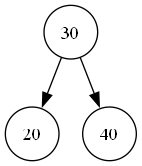
Earlier version of the Graphviz export Semana7/ArbolAVL.png (Eddy2109/LAB-IPC2-2S2026). Its source is kept beside it as Semana7/ArbolAVL.dot. The source it was exported from:
```dot
digraph AVL {
    node [shape=circle];
    30 -> 20;
    30 -> 40;
}
```
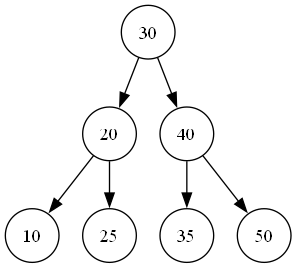
After the commit.

The edit, as a diff of the source:
```diff
@@ -1,5 +1,9 @@
 digraph AVL {
     node [shape=circle];
     30 -> 20;
+    20 -> 10;
+    20 -> 25;
     30 -> 40;
+    40 -> 35;
+    40 -> 50;
 }
```
